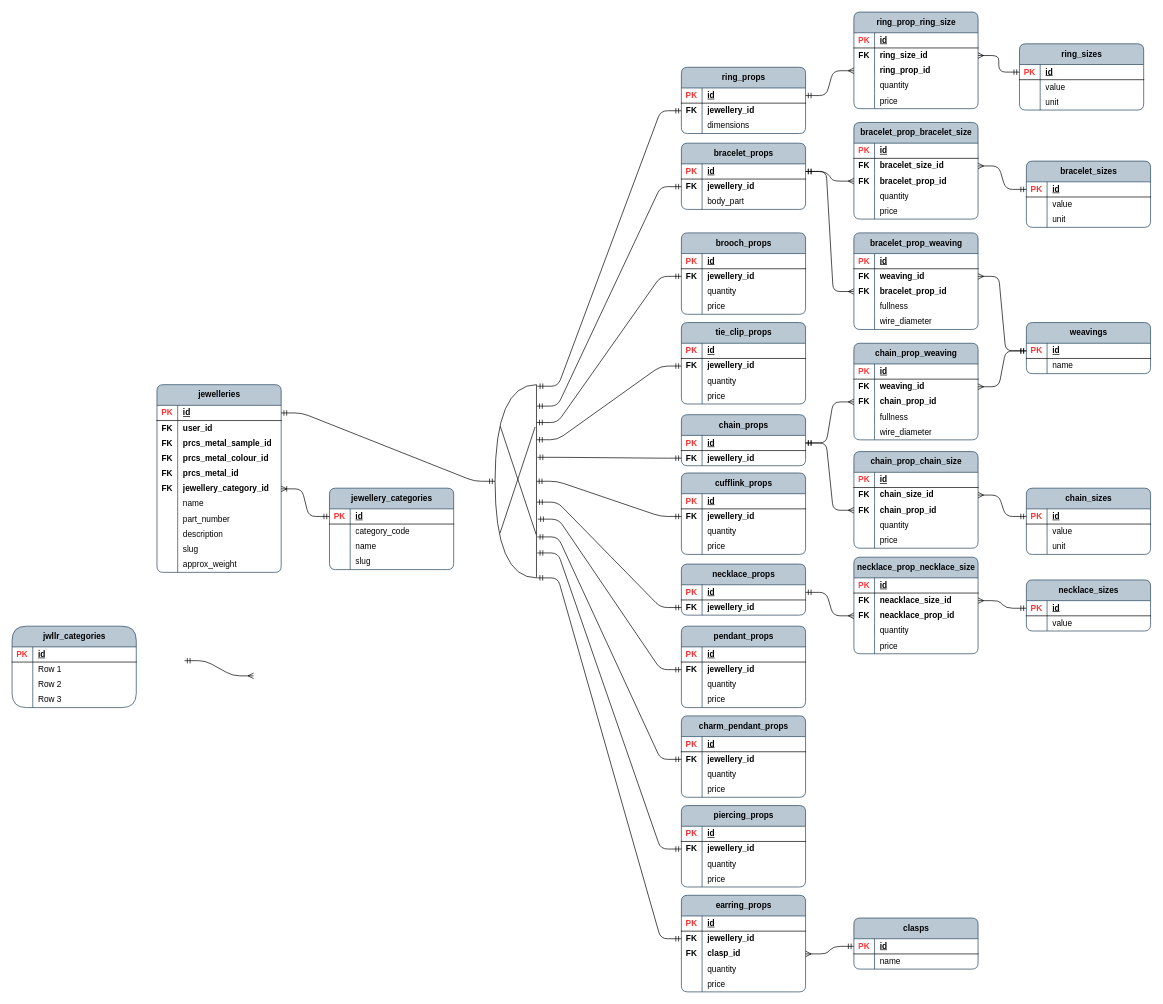
acwstudio/app-ben-brumm keeps this draw.io diagram as page "categories" (6 of 6) of jewellery_items.drawio. Above is the earlier version. Source tidied: cells renumbered, new cells numbered last; positions are measured from the earlier drawing's top-left corner, leaving out a move shared by most shapes. Both pictures are drawn from the tidied source at 69%, with x=0, y=0 at pixel (12, 12).
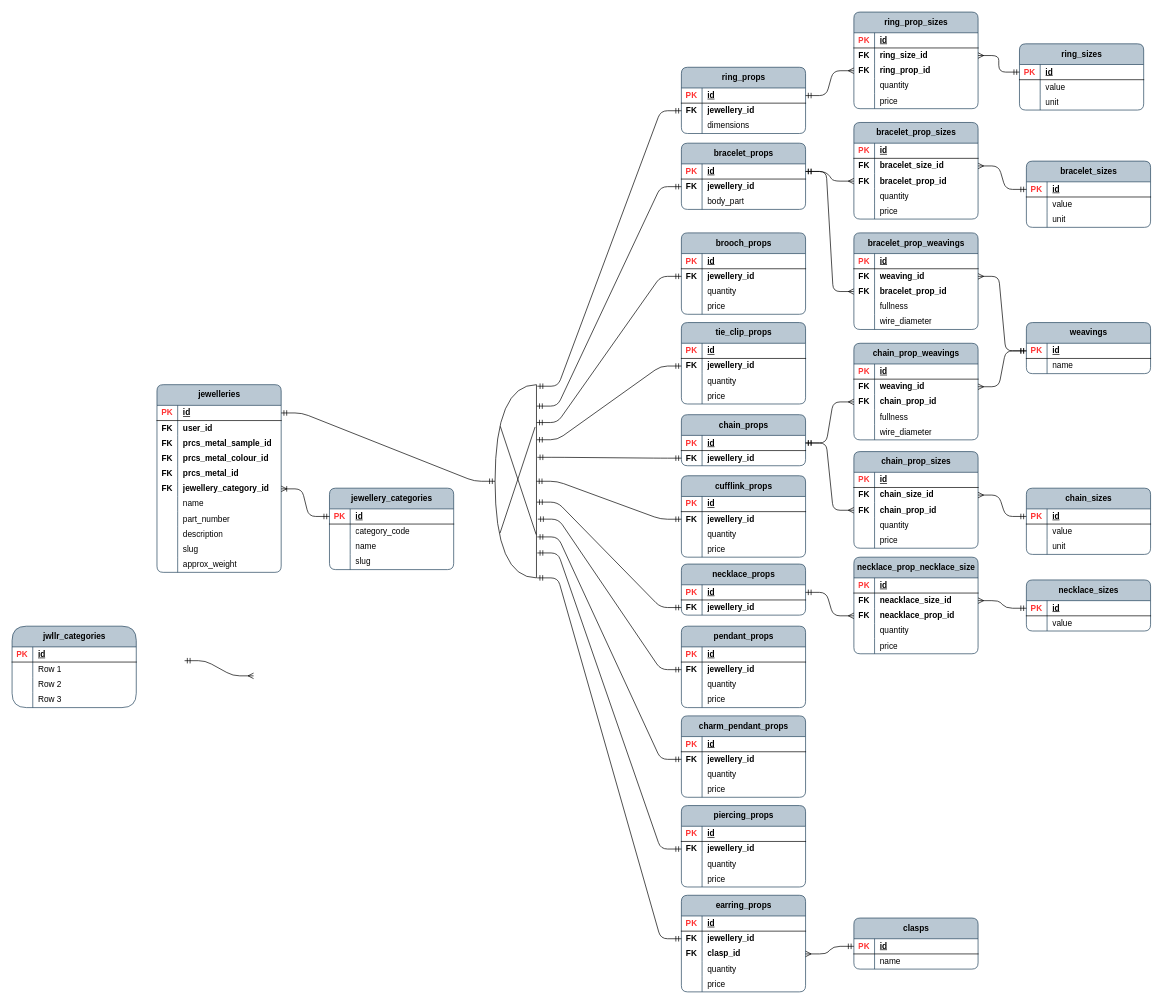
After the change.

The change refers to these unchanged cells:
```xml
<mxCell id="113" style="shape=tableRow;horizontal=0;startSize=0;swimlaneHead=0;swimlaneBody=0;fillColor=none;points=[[0,0.5],[1,0.5]];portConstraint=eastwest;top=0;left=0;right=0;bottom=0;rounded=0;" parent="106" vertex="1">
  <mxGeometry y="74" width="180" height="22" as="geometry" />
</mxCell>
```

The edit, as a diff of the source:
```diff
@@
-    <mxCell id="106" value="ring_prop_ring_size" style="shape=table;startSize=30;childLayout=tableLayout;rowLines=0;fontStyle=1;align=center;html=1;rounded=1;swimlaneFillColor=none;fillColor=#bac8d3;strokeColor=#23445d;columnLines=1;arcSize=10;" parent="1" vertex="1">
+    <mxCell id="106" value="ring_prop_sizes" style="shape=table;startSize=30;childLayout=tableLayout;rowLines=0;fontStyle=1;align=center;html=1;rounded=1;swimlaneFillColor=none;fillColor=#bac8d3;strokeColor=#23445d;columnLines=1;arcSize=10;" parent="1" vertex="1">
       <mxGeometry x="1220" width="180" height="140" as="geometry" />
     </mxCell>
@@
-    <mxCell id="114" style="shape=partialRectangle;fillColor=none;top=0;left=0;bottom=0;right=0;overflow=hidden;whiteSpace=wrap;html=1;" parent="113" vertex="1">
+    <mxCell id="114" value="&lt;b&gt;FK&lt;/b&gt;" style="shape=partialRectangle;fillColor=none;top=0;left=0;bottom=0;right=0;overflow=hidden;whiteSpace=wrap;html=1;" parent="113" vertex="1">
       <mxGeometry width="30" height="22" as="geometry" />
     </mxCell>
@@
-    <mxCell id="134" value="chain_prop_chain_size" style="shape=table;startSize=30;childLayout=tableLayout;rowLines=0;fontStyle=1;align=center;html=1;rounded=1;swimlaneFillColor=none;fillColor=#bac8d3;strokeColor=#23445d;columnLines=1;arcSize=10;" parent="1" vertex="1">
+    <mxCell id="134" value="chain_prop_sizes" style="shape=table;startSize=30;childLayout=tableLayout;rowLines=0;fontStyle=1;align=center;html=1;rounded=1;swimlaneFillColor=none;fillColor=#bac8d3;strokeColor=#23445d;columnLines=1;arcSize=10;" parent="1" vertex="1">
       <mxGeometry x="1220" y="637" width="180" height="140" as="geometry" />
     </mxCell>
@@
-    <mxCell id="151" value="bracelet_prop_bracelet_size" style="shape=table;startSize=30;childLayout=tableLayout;rowLines=0;fontStyle=1;align=center;html=1;rounded=1;swimlaneFillColor=none;fillColor=#bac8d3;strokeColor=#23445d;columnLines=1;arcSize=10;" parent="1" vertex="1">
+    <mxCell id="151" value="bracelet_prop_sizes" style="shape=table;startSize=30;childLayout=tableLayout;rowLines=0;fontStyle=1;align=center;html=1;rounded=1;swimlaneFillColor=none;fillColor=#bac8d3;strokeColor=#23445d;columnLines=1;arcSize=10;" parent="1" vertex="1">
       <mxGeometry x="1220" y="160" width="180" height="140" as="geometry" />
     </mxCell>
@@
-    <mxCell id="190" value="bracelet_prop_weaving" style="shape=table;startSize=30;childLayout=tableLayout;rowLines=0;fontStyle=1;align=center;html=1;rounded=1;swimlaneFillColor=none;fillColor=#bac8d3;strokeColor=#23445d;columnLines=1;arcSize=10;" parent="1" vertex="1">
+    <mxCell id="190" value="bracelet_prop_weavings" style="shape=table;startSize=30;childLayout=tableLayout;rowLines=0;fontStyle=1;align=center;html=1;rounded=1;swimlaneFillColor=none;fillColor=#bac8d3;strokeColor=#23445d;columnLines=1;arcSize=10;" parent="1" vertex="1">
       <mxGeometry x="1220" y="320" width="180" height="140" as="geometry" />
     </mxCell>
@@
-    <mxCell id="206" value="chain_prop_weaving" style="shape=table;startSize=30;childLayout=tableLayout;rowLines=0;fontStyle=1;align=center;html=1;rounded=1;swimlaneFillColor=none;fillColor=#bac8d3;strokeColor=#23445d;columnLines=1;arcSize=10;" parent="1" vertex="1">
+    <mxCell id="206" value="chain_prop_weavings" style="shape=table;startSize=30;childLayout=tableLayout;rowLines=0;fontStyle=1;align=center;html=1;rounded=1;swimlaneFillColor=none;fillColor=#bac8d3;strokeColor=#23445d;columnLines=1;arcSize=10;" parent="1" vertex="1">
       <mxGeometry x="1220" y="480" width="180" height="140" as="geometry" />
     </mxCell>
@@
     <mxCell id="253" value="cufflink_props" style="shape=table;startSize=30;childLayout=tableLayout;rowLines=0;fontStyle=1;align=center;html=1;rounded=1;swimlaneFillColor=none;fillColor=#bac8d3;strokeColor=#23445d;columnLines=1;arcSize=10;" parent="1" vertex="1">
-      <mxGeometry x="970" y="668" width="180" height="118" as="geometry" />
+      <mxGeometry x="970" y="672" width="180" height="118" as="geometry" />
     </mxCell>
```
